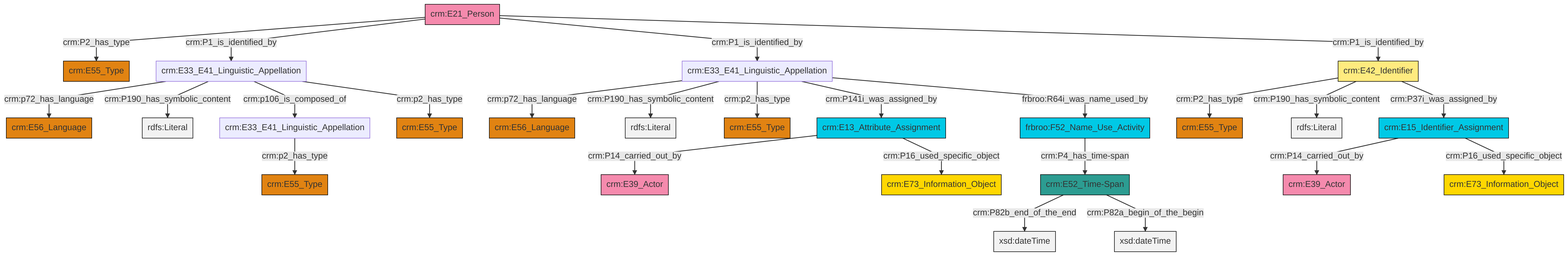
Before: et/personCSV/ttl/mmd/png/Person_Names_and_Classification.png, a diagram exported from Mermaid (ncarboni/srdm). Its source is kept beside it as et/personCSV/ttl/mmd/Person_Names_and_Classification.ttl.mmd.
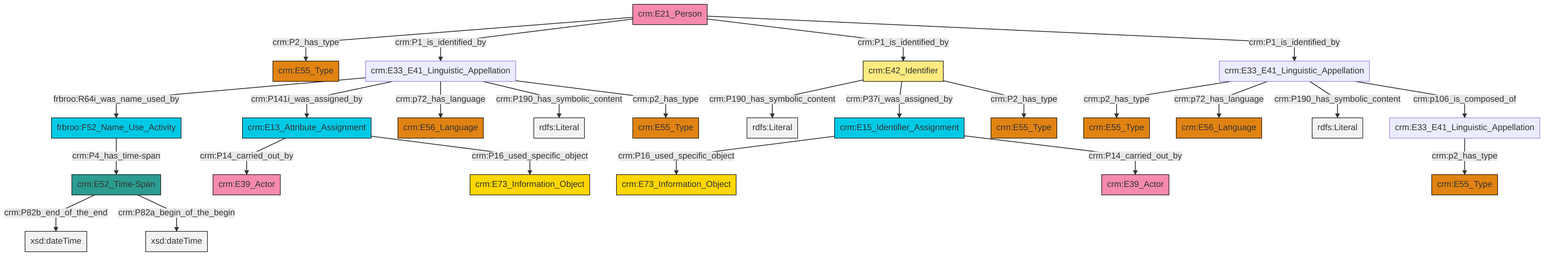
Above is the later version.

Diff of the diagram source:
```diff
@@ -13,27 +13,27 @@
 classDef PC_Classes fill:#4ce600, stroke:#000000;
 classDef Multi fill:#cccccc,stroke:#000000;
 
-0["crm:E15_Identifier_Assignment"]:::Temporal_Entity -->|crm:P14_carried_out_by| 1["crm:E39_Actor"]:::Actor
-2["crm:E21_Person"]:::Actor -->|crm:P2_has_type| 3["crm:E55_Type"]:::Type
-6["crm:E13_Attribute_Assignment"]:::Temporal_Entity -->|crm:P14_carried_out_by| 7["crm:E39_Actor"]:::Actor
-8["crm:E33_E41_Linguistic_Appellation"]:::Default -->|crm:p72_has_language| 13["crm:E56_Language"]:::Type
-15["crm:E33_E41_Linguistic_Appellation"]:::Default -->|crm:p72_has_language| 16["crm:E56_Language"]:::Type
-0["crm:E15_Identifier_Assignment"]:::Temporal_Entity -->|crm:P16_used_specific_object| 17["crm:E73_Information_Object"]:::Conceptual_Object
-18["crm:E52_Time-Span"]:::Time-Span -->|crm:P82b_end_of_the_end| 19[xsd:dateTime]:::Literal
-8["crm:E33_E41_Linguistic_Appellation"]:::Default -->|crm:P190_has_symbolic_content| 20[rdfs:Literal]:::Literal
-21["crm:E42_Identifier"]:::Appellation -->|crm:P2_has_type| 22["crm:E55_Type"]:::Type
-2["crm:E21_Person"]:::Actor -->|crm:P1_is_identified_by| 15["crm:E33_E41_Linguistic_Appellation"]:::Default
-21["crm:E42_Identifier"]:::Appellation -->|crm:P190_has_symbolic_content| 27[rdfs:Literal]:::Literal
-18["crm:E52_Time-Span"]:::Time-Span -->|crm:P82a_begin_of_the_begin| 28[xsd:dateTime]:::Literal
-15["crm:E33_E41_Linguistic_Appellation"]:::Default -->|crm:P190_has_symbolic_content| 30[rdfs:Literal]:::Literal
-33["crm:E33_E41_Linguistic_Appellation"]:::Default -->|crm:p2_has_type| 34["crm:E55_Type"]:::Type
-11["frbroo:F52_Name_Use_Activity"]:::Temporal_Entity -->|crm:P4_has_time-span| 18["crm:E52_Time-Span"]:::Time-Span
-21["crm:E42_Identifier"]:::Appellation -->|crm:P37i_was_assigned_by| 0["crm:E15_Identifier_Assignment"]:::Temporal_Entity
-8["crm:E33_E41_Linguistic_Appellation"]:::Default -->|crm:p2_has_type| 38["crm:E55_Type"]:::Type
-6["crm:E13_Attribute_Assignment"]:::Temporal_Entity -->|crm:P16_used_specific_object| 23["crm:E73_Information_Object"]:::Conceptual_Object
-8["crm:E33_E41_Linguistic_Appellation"]:::Default -->|crm:P141i_was_assigned_by| 6["crm:E13_Attribute_Assignment"]:::Temporal_Entity
-8["crm:E33_E41_Linguistic_Appellation"]:::Default -->|frbroo:R64i_was_name_used_by| 11["frbroo:F52_Name_Use_Activity"]:::Temporal_Entity
-2["crm:E21_Person"]:::Actor -->|crm:P1_is_identified_by| 8["crm:E33_E41_Linguistic_Appellation"]:::Default
-15["crm:E33_E41_Linguistic_Appellation"]:::Default -->|crm:p106_is_composed_of| 33["crm:E33_E41_Linguistic_Appellation"]:::Default
-2["crm:E21_Person"]:::Actor -->|crm:P1_is_identified_by| 21["crm:E42_Identifier"]:::Appellation
-15["crm:E33_E41_Linguistic_Appellation"]:::Default -->|crm:p2_has_type| 4["crm:E55_Type"]:::Type
+6["crm:E33_E41_Linguistic_Appellation"]:::Default -->|crm:p2_has_type| 8["crm:E55_Type"]:::Type
+9["crm:E13_Attribute_Assignment"]:::Temporal_Entity -->|crm:P14_carried_out_by| 2["crm:E39_Actor"]:::Actor
+12["crm:E15_Identifier_Assignment"]:::Temporal_Entity -->|crm:P16_used_specific_object| 13["crm:E73_Information_Object"]:::Conceptual_Object
+4["crm:E42_Identifier"]:::Appellation -->|crm:P190_has_symbolic_content| 14[rdfs:Literal]:::Literal
+6["crm:E33_E41_Linguistic_Appellation"]:::Default -->|crm:p72_has_language| 17["crm:E56_Language"]:::Type
+18["crm:E21_Person"]:::Actor -->|crm:P2_has_type| 24["crm:E55_Type"]:::Type
+18["crm:E21_Person"]:::Actor -->|crm:P1_is_identified_by| 0["crm:E33_E41_Linguistic_Appellation"]:::Default
+12["crm:E15_Identifier_Assignment"]:::Temporal_Entity -->|crm:P14_carried_out_by| 10["crm:E39_Actor"]:::Actor
+9["crm:E13_Attribute_Assignment"]:::Temporal_Entity -->|crm:P16_used_specific_object| 25["crm:E73_Information_Object"]:::Conceptual_Object
+4["crm:E42_Identifier"]:::Appellation -->|crm:P37i_was_assigned_by| 12["crm:E15_Identifier_Assignment"]:::Temporal_Entity
+0["crm:E33_E41_Linguistic_Appellation"]:::Default -->|frbroo:R64i_was_name_used_by| 15["frbroo:F52_Name_Use_Activity"]:::Temporal_Entity
+18["crm:E21_Person"]:::Actor -->|crm:P1_is_identified_by| 4["crm:E42_Identifier"]:::Appellation
+4["crm:E42_Identifier"]:::Appellation -->|crm:P2_has_type| 30["crm:E55_Type"]:::Type
+0["crm:E33_E41_Linguistic_Appellation"]:::Default -->|crm:P141i_was_assigned_by| 9["crm:E13_Attribute_Assignment"]:::Temporal_Entity
+22["crm:E33_E41_Linguistic_Appellation"]:::Default -->|crm:p2_has_type| 35["crm:E55_Type"]:::Type
+6["crm:E33_E41_Linguistic_Appellation"]:::Default -->|crm:P190_has_symbolic_content| 36[rdfs:Literal]:::Literal
+20["crm:E52_Time-Span"]:::Time-Span -->|crm:P82b_end_of_the_end| 39[xsd:dateTime]:::Literal
+6["crm:E33_E41_Linguistic_Appellation"]:::Default -->|crm:p106_is_composed_of| 22["crm:E33_E41_Linguistic_Appellation"]:::Default
+20["crm:E52_Time-Span"]:::Time-Span -->|crm:P82a_begin_of_the_begin| 41[xsd:dateTime]:::Literal
+15["frbroo:F52_Name_Use_Activity"]:::Temporal_Entity -->|crm:P4_has_time-span| 20["crm:E52_Time-Span"]:::Time-Span
+0["crm:E33_E41_Linguistic_Appellation"]:::Default -->|crm:p72_has_language| 26["crm:E56_Language"]:::Type
+0["crm:E33_E41_Linguistic_Appellation"]:::Default -->|crm:P190_has_symbolic_content| 43[rdfs:Literal]:::Literal
+18["crm:E21_Person"]:::Actor -->|crm:P1_is_identified_by| 6["crm:E33_E41_Linguistic_Appellation"]:::Default
+0["crm:E33_E41_Linguistic_Appellation"]:::Default -->|crm:p2_has_type| 28["crm:E55_Type"]:::Type
```
